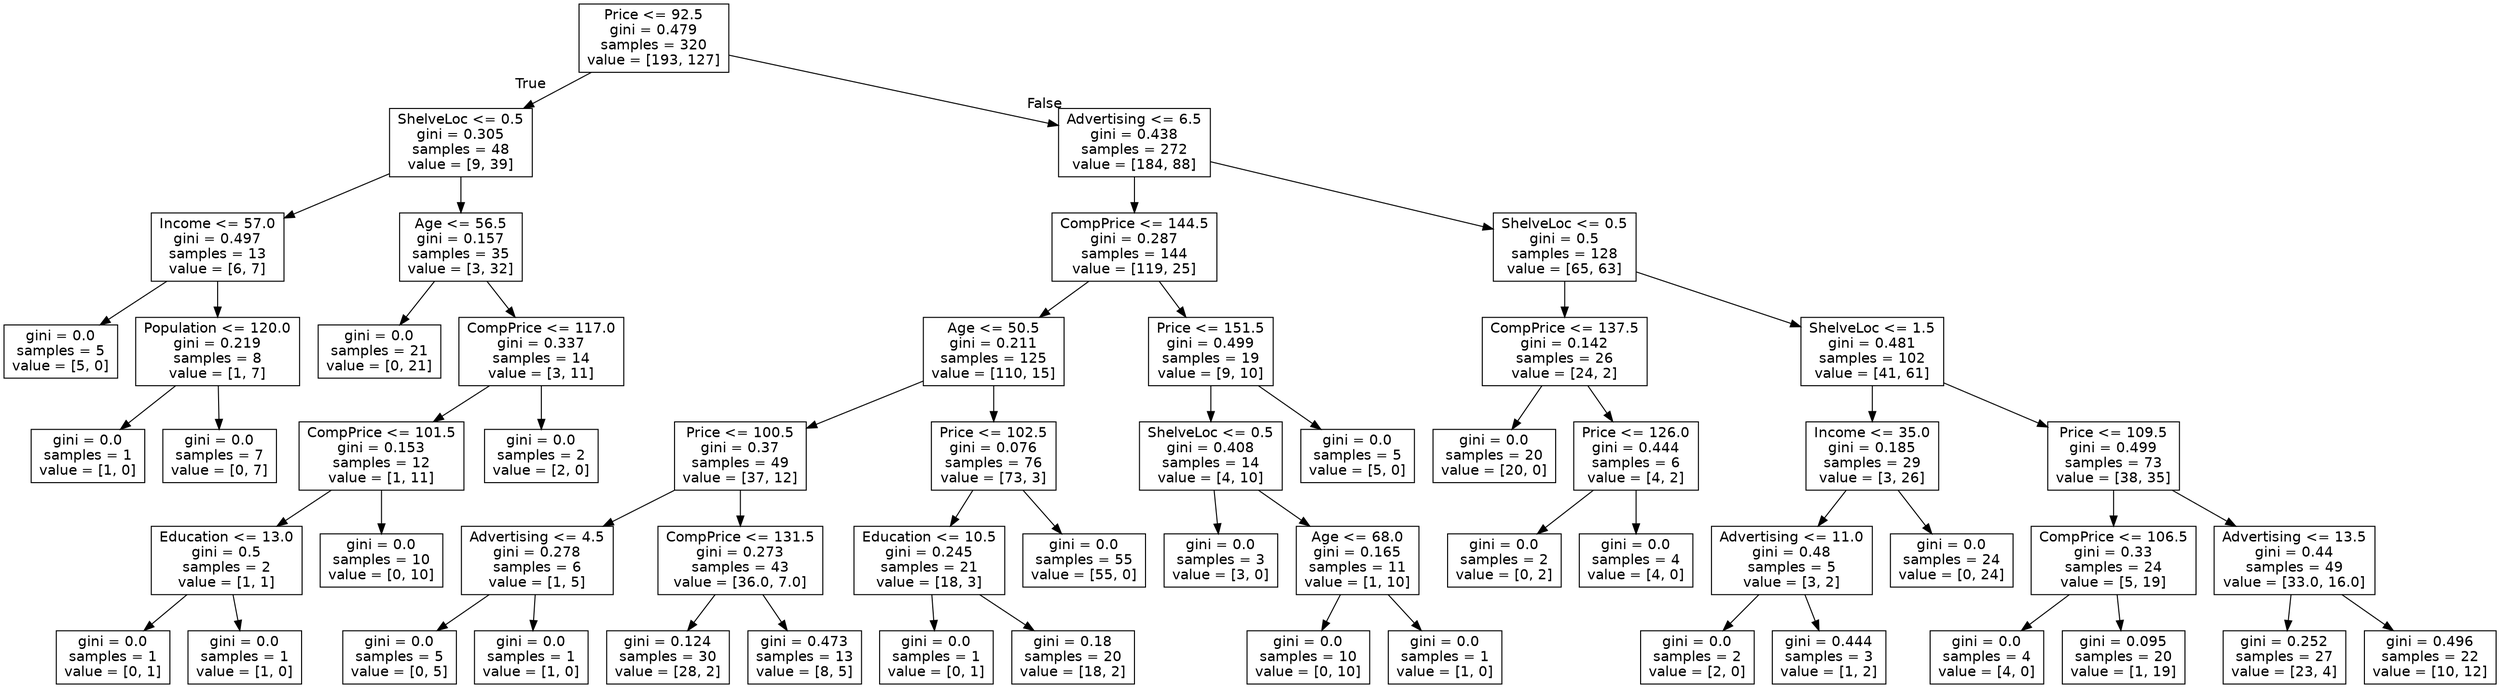
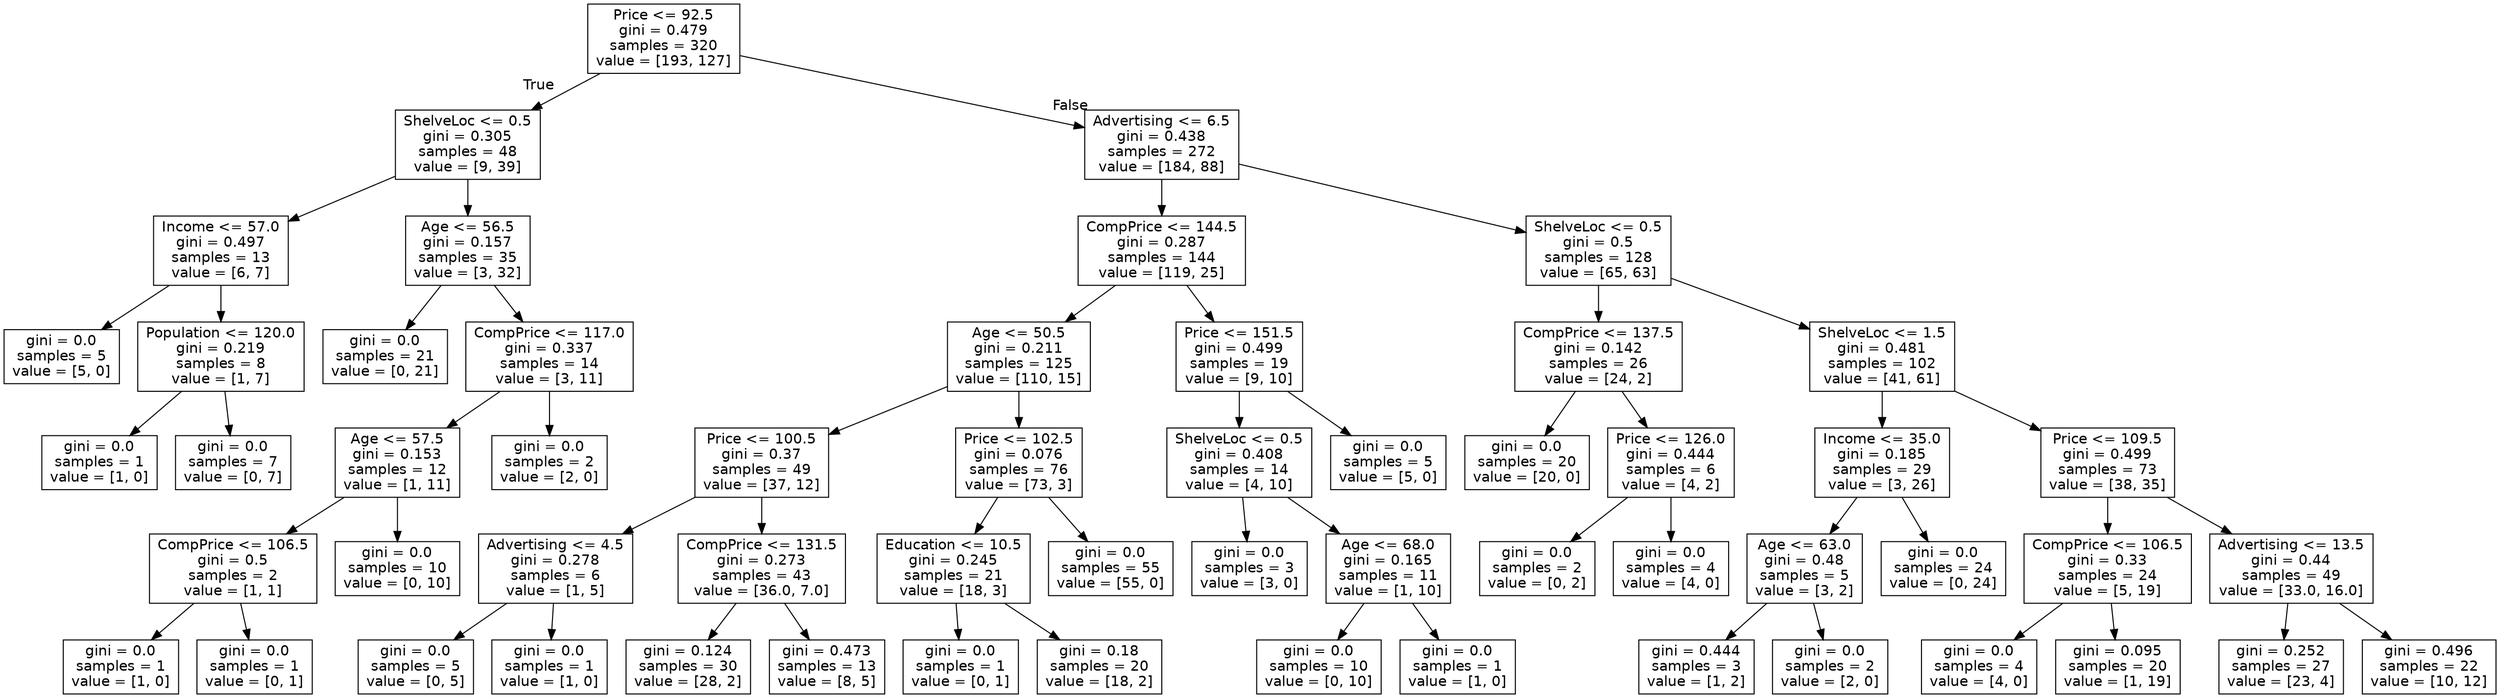
digraph Tree {
node [shape=box, fontname="helvetica"] ;
edge [fontname="helvetica"] ;
0 [label="Price <= 92.5\ngini = 0.479\nsamples = 320\nvalue = [193, 127]"] ;
1 [label="ShelveLoc <= 0.5\ngini = 0.305\nsamples = 48\nvalue = [9, 39]"] ;
0 -> 1 [labeldistance=2.5, labelangle=45, headlabel="True"] ;
2 [label="Income <= 57.0\ngini = 0.497\nsamples = 13\nvalue = [6, 7]"] ;
1 -> 2 ;
3 [label="gini = 0.0\nsamples = 5\nvalue = [5, 0]"] ;
2 -> 3 ;
4 [label="Population <= 120.0\ngini = 0.219\nsamples = 8\nvalue = [1, 7]"] ;
2 -> 4 ;
5 [label="gini = 0.0\nsamples = 1\nvalue = [1, 0]"] ;
4 -> 5 ;
6 [label="gini = 0.0\nsamples = 7\nvalue = [0, 7]"] ;
4 -> 6 ;
7 [label="Age <= 56.5\ngini = 0.157\nsamples = 35\nvalue = [3, 32]"] ;
1 -> 7 ;
8 [label="gini = 0.0\nsamples = 21\nvalue = [0, 21]"] ;
7 -> 8 ;
9 [label="CompPrice <= 117.0\ngini = 0.337\nsamples = 14\nvalue = [3, 11]"] ;
7 -> 9 ;
- 10 [label="CompPrice <= 101.5\ngini = 0.153\nsamples = 12\nvalue = [1, 11]"] ;
+ 10 [label="Age <= 57.5\ngini = 0.153\nsamples = 12\nvalue = [1, 11]"] ;
9 -> 10 ;
- 11 [label="Education <= 13.0\ngini = 0.5\nsamples = 2\nvalue = [1, 1]"] ;
+ 11 [label="CompPrice <= 106.5\ngini = 0.5\nsamples = 2\nvalue = [1, 1]"] ;
10 -> 11 ;
- 12 [label="gini = 0.0\nsamples = 1\nvalue = [0, 1]"] ;
+ 12 [label="gini = 0.0\nsamples = 1\nvalue = [1, 0]"] ;
11 -> 12 ;
- 13 [label="gini = 0.0\nsamples = 1\nvalue = [1, 0]"] ;
+ 13 [label="gini = 0.0\nsamples = 1\nvalue = [0, 1]"] ;
11 -> 13 ;
14 [label="gini = 0.0\nsamples = 10\nvalue = [0, 10]"] ;
10 -> 14 ;
15 [label="gini = 0.0\nsamples = 2\nvalue = [2, 0]"] ;
9 -> 15 ;
16 [label="Advertising <= 6.5\ngini = 0.438\nsamples = 272\nvalue = [184, 88]"] ;
0 -> 16 [labeldistance=2.5, labelangle=-45, headlabel="False"] ;
17 [label="CompPrice <= 144.5\ngini = 0.287\nsamples = 144\nvalue = [119, 25]"] ;
16 -> 17 ;
18 [label="Age <= 50.5\ngini = 0.211\nsamples = 125\nvalue = [110, 15]"] ;
17 -> 18 ;
19 [label="Price <= 100.5\ngini = 0.37\nsamples = 49\nvalue = [37, 12]"] ;
18 -> 19 ;
20 [label="Advertising <= 4.5\ngini = 0.278\nsamples = 6\nvalue = [1, 5]"] ;
19 -> 20 ;
21 [label="gini = 0.0\nsamples = 5\nvalue = [0, 5]"] ;
20 -> 21 ;
22 [label="gini = 0.0\nsamples = 1\nvalue = [1, 0]"] ;
20 -> 22 ;
23 [label="CompPrice <= 131.5\ngini = 0.273\nsamples = 43\nvalue = [36.0, 7.0]"] ;
19 -> 23 ;
24 [label="gini = 0.124\nsamples = 30\nvalue = [28, 2]"] ;
23 -> 24 ;
25 [label="gini = 0.473\nsamples = 13\nvalue = [8, 5]"] ;
23 -> 25 ;
26 [label="Price <= 102.5\ngini = 0.076\nsamples = 76\nvalue = [73, 3]"] ;
18 -> 26 ;
27 [label="Education <= 10.5\ngini = 0.245\nsamples = 21\nvalue = [18, 3]"] ;
26 -> 27 ;
28 [label="gini = 0.0\nsamples = 1\nvalue = [0, 1]"] ;
27 -> 28 ;
29 [label="gini = 0.18\nsamples = 20\nvalue = [18, 2]"] ;
27 -> 29 ;
30 [label="gini = 0.0\nsamples = 55\nvalue = [55, 0]"] ;
26 -> 30 ;
31 [label="Price <= 151.5\ngini = 0.499\nsamples = 19\nvalue = [9, 10]"] ;
17 -> 31 ;
32 [label="ShelveLoc <= 0.5\ngini = 0.408\nsamples = 14\nvalue = [4, 10]"] ;
31 -> 32 ;
33 [label="gini = 0.0\nsamples = 3\nvalue = [3, 0]"] ;
32 -> 33 ;
34 [label="Age <= 68.0\ngini = 0.165\nsamples = 11\nvalue = [1, 10]"] ;
32 -> 34 ;
35 [label="gini = 0.0\nsamples = 10\nvalue = [0, 10]"] ;
34 -> 35 ;
36 [label="gini = 0.0\nsamples = 1\nvalue = [1, 0]"] ;
34 -> 36 ;
37 [label="gini = 0.0\nsamples = 5\nvalue = [5, 0]"] ;
31 -> 37 ;
38 [label="ShelveLoc <= 0.5\ngini = 0.5\nsamples = 128\nvalue = [65, 63]"] ;
16 -> 38 ;
39 [label="CompPrice <= 137.5\ngini = 0.142\nsamples = 26\nvalue = [24, 2]"] ;
38 -> 39 ;
40 [label="gini = 0.0\nsamples = 20\nvalue = [20, 0]"] ;
39 -> 40 ;
41 [label="Price <= 126.0\ngini = 0.444\nsamples = 6\nvalue = [4, 2]"] ;
39 -> 41 ;
42 [label="gini = 0.0\nsamples = 2\nvalue = [0, 2]"] ;
41 -> 42 ;
43 [label="gini = 0.0\nsamples = 4\nvalue = [4, 0]"] ;
41 -> 43 ;
44 [label="ShelveLoc <= 1.5\ngini = 0.481\nsamples = 102\nvalue = [41, 61]"] ;
38 -> 44 ;
45 [label="Income <= 35.0\ngini = 0.185\nsamples = 29\nvalue = [3, 26]"] ;
44 -> 45 ;
- 46 [label="Advertising <= 11.0\ngini = 0.48\nsamples = 5\nvalue = [3, 2]"] ;
+ 46 [label="Age <= 63.0\ngini = 0.48\nsamples = 5\nvalue = [3, 2]"] ;
45 -> 46 ;
- 47 [label="gini = 0.0\nsamples = 2\nvalue = [2, 0]"] ;
+ 47 [label="gini = 0.444\nsamples = 3\nvalue = [1, 2]"] ;
46 -> 47 ;
- 48 [label="gini = 0.444\nsamples = 3\nvalue = [1, 2]"] ;
+ 48 [label="gini = 0.0\nsamples = 2\nvalue = [2, 0]"] ;
46 -> 48 ;
49 [label="gini = 0.0\nsamples = 24\nvalue = [0, 24]"] ;
45 -> 49 ;
50 [label="Price <= 109.5\ngini = 0.499\nsamples = 73\nvalue = [38, 35]"] ;
44 -> 50 ;
51 [label="CompPrice <= 106.5\ngini = 0.33\nsamples = 24\nvalue = [5, 19]"] ;
50 -> 51 ;
52 [label="gini = 0.0\nsamples = 4\nvalue = [4, 0]"] ;
51 -> 52 ;
53 [label="gini = 0.095\nsamples = 20\nvalue = [1, 19]"] ;
51 -> 53 ;
54 [label="Advertising <= 13.5\ngini = 0.44\nsamples = 49\nvalue = [33.0, 16.0]"] ;
50 -> 54 ;
55 [label="gini = 0.252\nsamples = 27\nvalue = [23, 4]"] ;
54 -> 55 ;
56 [label="gini = 0.496\nsamples = 22\nvalue = [10, 12]"] ;
54 -> 56 ;
}